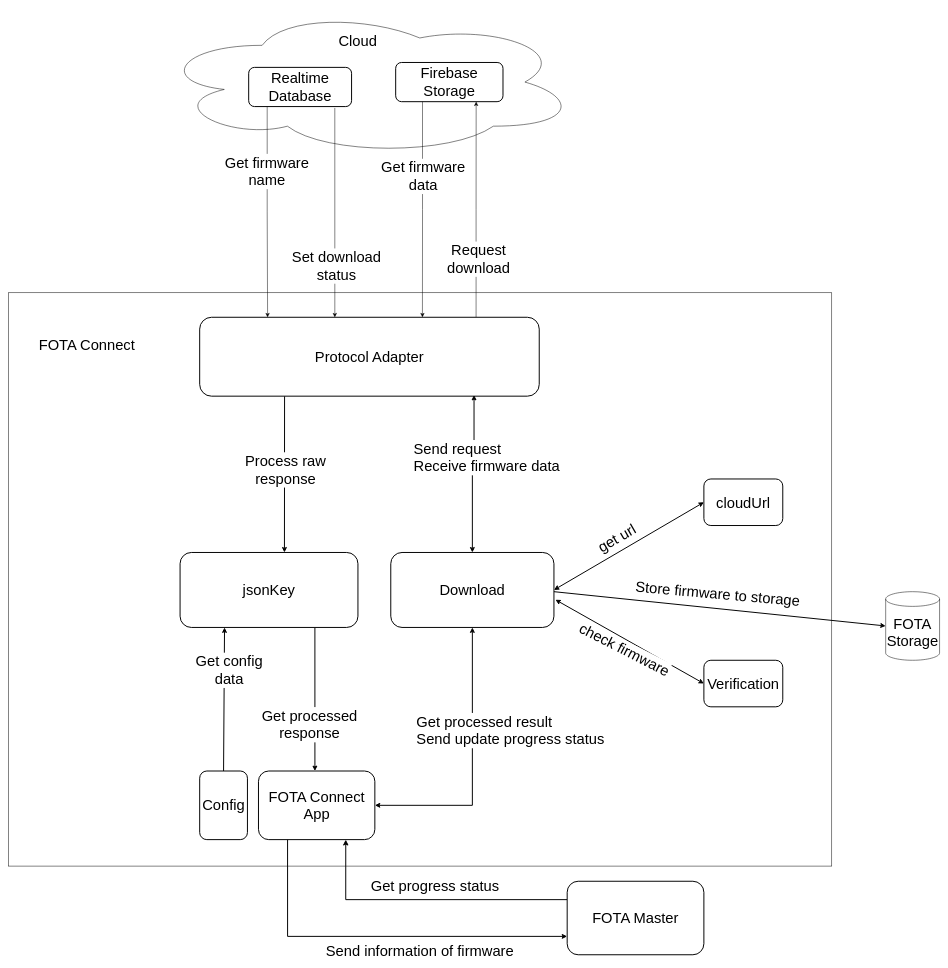
The draw.io diagram page "Page-5" (5 of 8) of STM32_01.drawio in thanhtung386/web_iot_interface, before the edit. Source tidied: cells renumbered, new cells numbered last; positions are measured from the earlier drawing's top-left corner, leaving out a move shared by most shapes. Both pictures are drawn from the tidied source at 49%, with x=0, y=0 at pixel (8, 8).
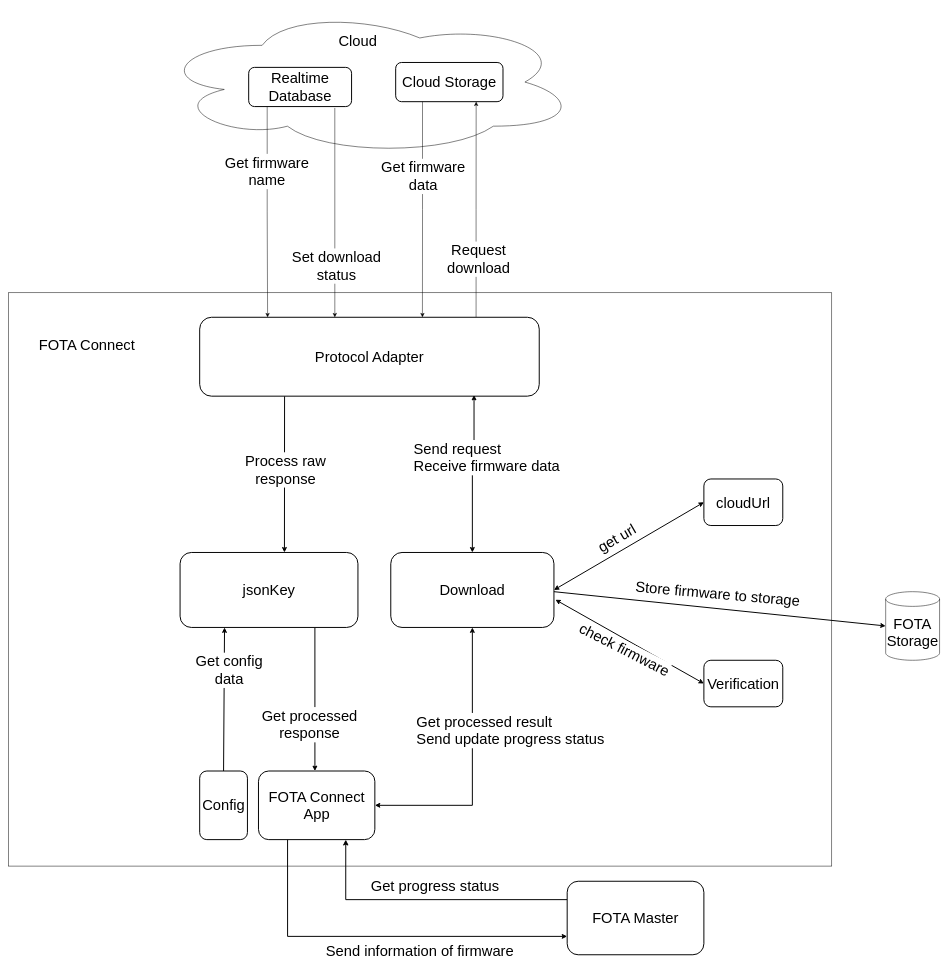
After the change.

The change refers to these unchanged cells:
```xml
<mxCell id="33" style="group;strokeWidth=2;" parent="1" vertex="1">
  <mxGeometry x="303" width="858" height="300" as="geometry" />
</mxCell>
```

Diff of the diagram source:
```diff
@@
-    <mxCell id="36" value="Firebase Storage" style="rounded=1;whiteSpace=wrap;html=1;fontSize=30;strokeWidth=2;" parent="33" vertex="1">
+    <mxCell id="36" value="Cloud Storage" style="rounded=1;whiteSpace=wrap;html=1;fontSize=30;strokeWidth=2;" parent="33" vertex="1">
       <mxGeometry x="487" y="110" width="219" height="80" as="geometry" />
     </mxCell>
```
